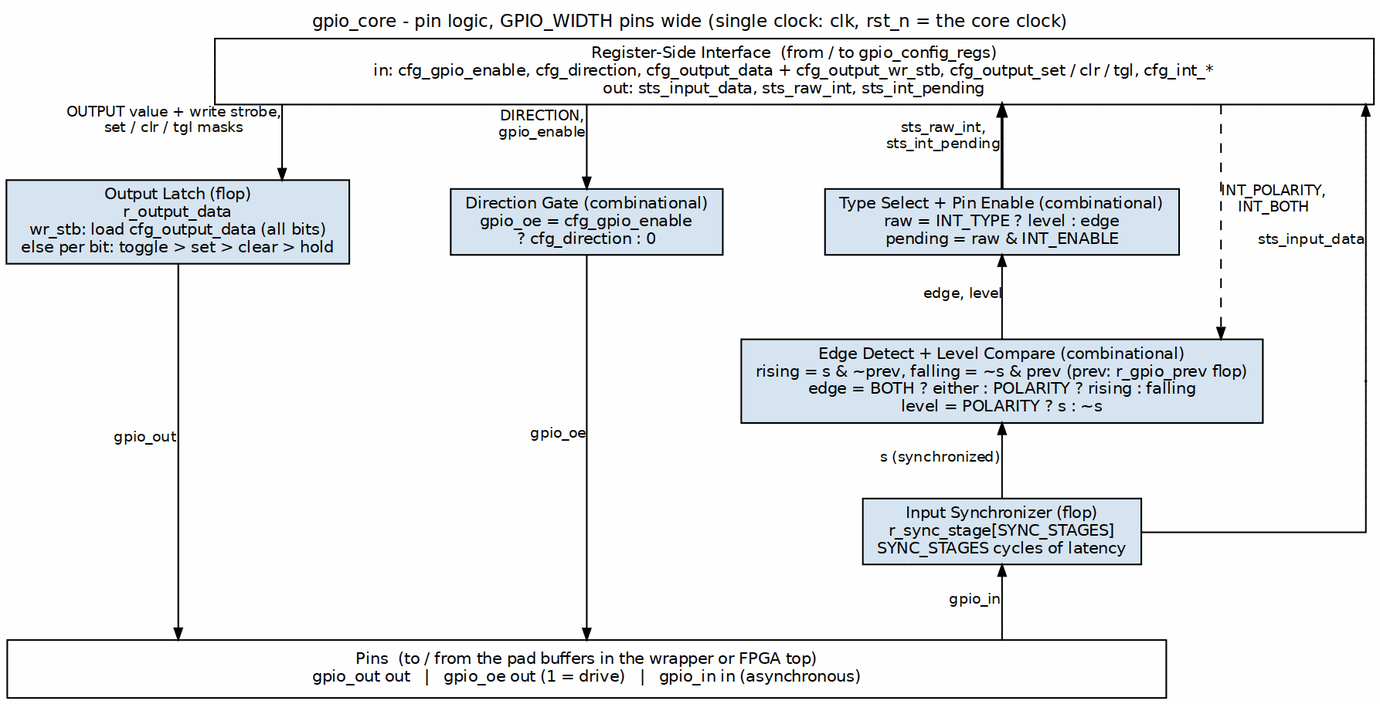
Before: projects/components/legacy-ip/retro_legacy_blocks/docs/gpio_mas/assets/graphviz/gpio_core.png, a diagram exported from Graphviz (sean-galloway/RTLDesignSherpa). Its source is kept beside it as projects/components/legacy-ip/retro_legacy_blocks/docs/gpio_mas/assets/graphviz/gpio_core.dot. Its diagram source:
```dot
digraph gpio_core {
    graph [rankdir=TB, bgcolor="white", fontname="Helvetica", fontsize=11,
           nodesep="0.45", ranksep="0.65", splines=ortho, newrank=true,
           label="gpio_core - pin logic, GPIO_WIDTH pins wide (single clock: clk, rst_n = the core clock)",
           labelloc=t, labeljust=c];
    node  [fontname="Helvetica", fontsize=10, shape=box, style=filled,
           fillcolor="#D6E4F0", color="black", margin="0.12,0.06"];
    edge  [fontname="Helvetica", fontsize=9, color="black", arrowsize=0.7];

    port [label="Register-Side Interface  (from / to gpio_config_regs)\nin: cfg_gpio_enable, cfg_direction, cfg_output_data + cfg_output_wr_stb, cfg_output_set / clr / tgl, cfg_int_*\nout: sts_input_data, sts_raw_int, sts_int_pending",
          fillcolor="white", width=10.0];

    lat [group=L, label="Output Latch (flop)\nr_output_data\nwr_stb: load cfg_output_data (all bits)\nelse per bit: toggle > set > clear > hold"];
    dir [group=D, label="Direction Gate (combinational)\ngpio_oe = cfg_gpio_enable\n? cfg_direction : 0"];
    sel [group=R, label="Type Select + Pin Enable (combinational)\nraw = INT_TYPE ? level : edge\npending = raw & INT_ENABLE"];
    det [group=R, label="Edge Detect + Level Compare (combinational)\nrising = s & ~prev, falling = ~s & prev (prev: r_gpio_prev flop)\nedge = BOTH ? either : POLARITY ? rising : falling\nlevel = POLARITY ? s : ~s"];
    syn [group=R, label="Input Synchronizer (flop)\nr_sync_stage[SYNC_STAGES]\nSYNC_STAGES cycles of latency"];

    bar [label="Pins  (to / from the pad buffers in the wrapper or FPGA top)\ngpio_out out   |   gpio_oe out (1 = drive)   |   gpio_in in (asynchronous)",
         fillcolor="white", width=10.0];

    port -> lat [xlabel="OUTPUT value + write strobe,\nset / clr / tgl masks"];
    lat  -> bar [xlabel="gpio_out"];
    port -> dir [xlabel="DIRECTION,\ngpio_enable"];
    dir  -> bar [xlabel="gpio_oe"];

    syn  -> bar  [dir=back, xlabel="gpio_in"];
    det  -> syn  [dir=back, xlabel="s (synchronized)"];
    sel  -> det  [dir=back, xlabel="edge, level"];
    port -> sel  [dir=back, penwidth=1.8, xlabel="sts_raw_int,\nsts_int_pending"];

    p_in [shape=point, width=0.01, group=O];
    port -> p_in [dir=back, headclip=false, xlabel="sts_input_data"];
    p_in -> syn [dir=none, tailclip=false];

    port -> det [style=dashed, constraint=false, xlabel="INT_POLARITY,\nINT_BOTH"];

    { rank=same; lat; dir; sel; }
    lat -> dir -> sel [style=invis, minlen=2];
    { rank=same; det; p_in; }
    det -> p_in [style=invis, minlen=2];
}
```
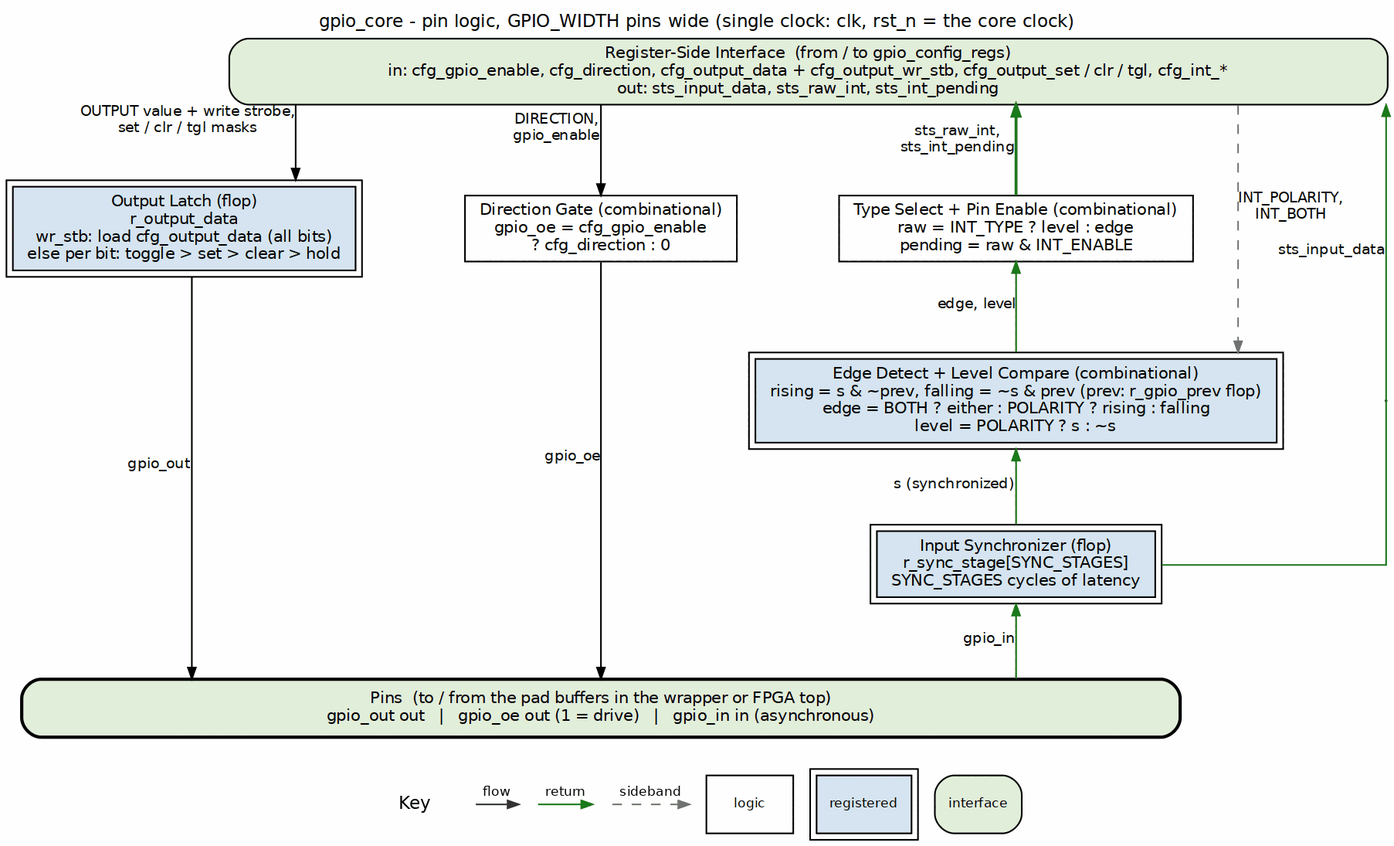
The same file after the commit.

Change to the diagram source:
```diff
@@ -4,36 +4,36 @@
            label="gpio_core - pin logic, GPIO_WIDTH pins wide (single clock: clk, rst_n = the core clock)",
            labelloc=t, labeljust=c];
     node  [fontname="Helvetica", fontsize=10, shape=box, style=filled,
-           fillcolor="#D6E4F0", color="black", margin="0.12,0.06"];
+           fillcolor="white", color="black", margin="0.12,0.06"];
     edge  [fontname="Helvetica", fontsize=9, color="black", arrowsize=0.7];
 
     port [label="Register-Side Interface  (from / to gpio_config_regs)\nin: cfg_gpio_enable, cfg_direction, cfg_output_data + cfg_output_wr_stb, cfg_output_set / clr / tgl, cfg_int_*\nout: sts_input_data, sts_raw_int, sts_int_pending",
-          fillcolor="white", width=10.0];
+          fillcolor="white", width=10.0, style="rounded,filled", fillcolor="#E2EFDA"];
 
-    lat [group=L, label="Output Latch (flop)\nr_output_data\nwr_stb: load cfg_output_data (all bits)\nelse per bit: toggle > set > clear > hold"];
-    dir [group=D, label="Direction Gate (combinational)\ngpio_oe = cfg_gpio_enable\n? cfg_direction : 0"];
-    sel [group=R, label="Type Select + Pin Enable (combinational)\nraw = INT_TYPE ? level : edge\npending = raw & INT_ENABLE"];
-    det [group=R, label="Edge Detect + Level Compare (combinational)\nrising = s & ~prev, falling = ~s & prev (prev: r_gpio_prev flop)\nedge = BOTH ? either : POLARITY ? rising : falling\nlevel = POLARITY ? s : ~s"];
-    syn [group=R, label="Input Synchronizer (flop)\nr_sync_stage[SYNC_STAGES]\nSYNC_STAGES cycles of latency"];
+    lat [group=L, label="Output Latch (flop)\nr_output_data\nwr_stb: load cfg_output_data (all bits)\nelse per bit: toggle > set > clear > hold", peripheries=2, style="filled", fillcolor="#D6E4F0"];
+    dir [group=D, label="Direction Gate (combinational)\ngpio_oe = cfg_gpio_enable\n? cfg_direction : 0", style="filled", fillcolor="white"];
+    sel [group=R, label="Type Select + Pin Enable (combinational)\nraw = INT_TYPE ? level : edge\npending = raw & INT_ENABLE", style="filled", fillcolor="white"];
+    det [group=R, label="Edge Detect + Level Compare (combinational)\nrising = s & ~prev, falling = ~s & prev (prev: r_gpio_prev flop)\nedge = BOTH ? either : POLARITY ? rising : falling\nlevel = POLARITY ? s : ~s", peripheries=2, style="filled", fillcolor="#D6E4F0"];
+    syn [group=R, label="Input Synchronizer (flop)\nr_sync_stage[SYNC_STAGES]\nSYNC_STAGES cycles of latency", peripheries=2, style="filled", fillcolor="#D6E4F0"];
 
     bar [label="Pins  (to / from the pad buffers in the wrapper or FPGA top)\ngpio_out out   |   gpio_oe out (1 = drive)   |   gpio_in in (asynchronous)",
-         fillcolor="white", width=10.0];
+         fillcolor="white", width=10.0, style="rounded,filled,bold", fillcolor="#E2EFDA"];
 
     port -> lat [xlabel="OUTPUT value + write strobe,\nset / clr / tgl masks"];
     lat  -> bar [xlabel="gpio_out"];
     port -> dir [xlabel="DIRECTION,\ngpio_enable"];
     dir  -> bar [xlabel="gpio_oe"];
 
-    syn  -> bar  [dir=back, xlabel="gpio_in"];
-    det  -> syn  [dir=back, xlabel="s (synchronized)"];
-    sel  -> det  [dir=back, xlabel="edge, level"];
-    port -> sel  [dir=back, penwidth=1.8, xlabel="sts_raw_int,\nsts_int_pending"];
+    syn  -> bar  [color="#1A7A1A", dir=back, xlabel="gpio_in"];
+    det  -> syn  [color="#1A7A1A", dir=back, xlabel="s (synchronized)"];
+    sel  -> det  [color="#1A7A1A", dir=back, xlabel="edge, level"];
+    port -> sel  [color="#1A7A1A", dir=back, penwidth=1.8, xlabel="sts_raw_int,\nsts_int_pending"];
 
     p_in [shape=point, width=0.01, group=O];
-    port -> p_in [dir=back, headclip=false, xlabel="sts_input_data"];
-    p_in -> syn [dir=none, tailclip=false];
+    port -> p_in [color="#1A7A1A", dir=back, headclip=false, xlabel="sts_input_data"];
+    p_in -> syn [color="#1A7A1A", dir=none, tailclip=false];
 
-    port -> det [style=dashed, constraint=false, xlabel="INT_POLARITY,\nINT_BOTH"];
+    port -> det [style=dashed, color="#777777", constraint=false, xlabel="INT_POLARITY,\nINT_BOTH"];
 
     { rank=same; lat; dir; sel; }
     lat -> dir -> sel [style=invis, minlen=2];
```
